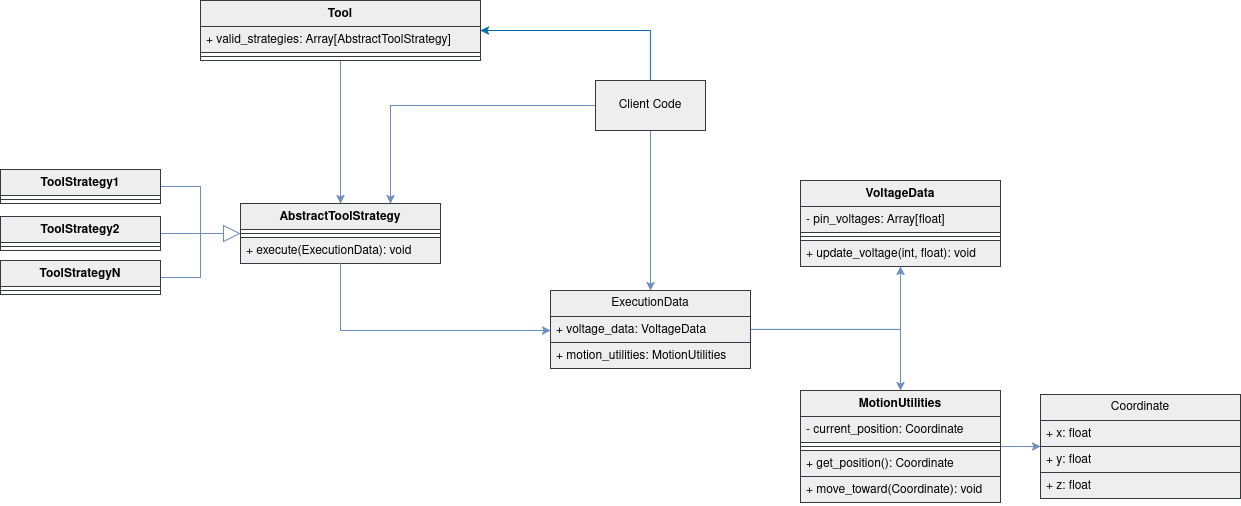
This is diagrams/RE-RASSOR Arm Class Diagram.png from catstar27/nasa-re-rassor-multitool-arm-attachment, a draw.io export, as it was before one commit. Source tidied: cells renumbered, new cells last; positions are measured from the earlier drawing's top-left corner, leaving out a move shared by most shapes.
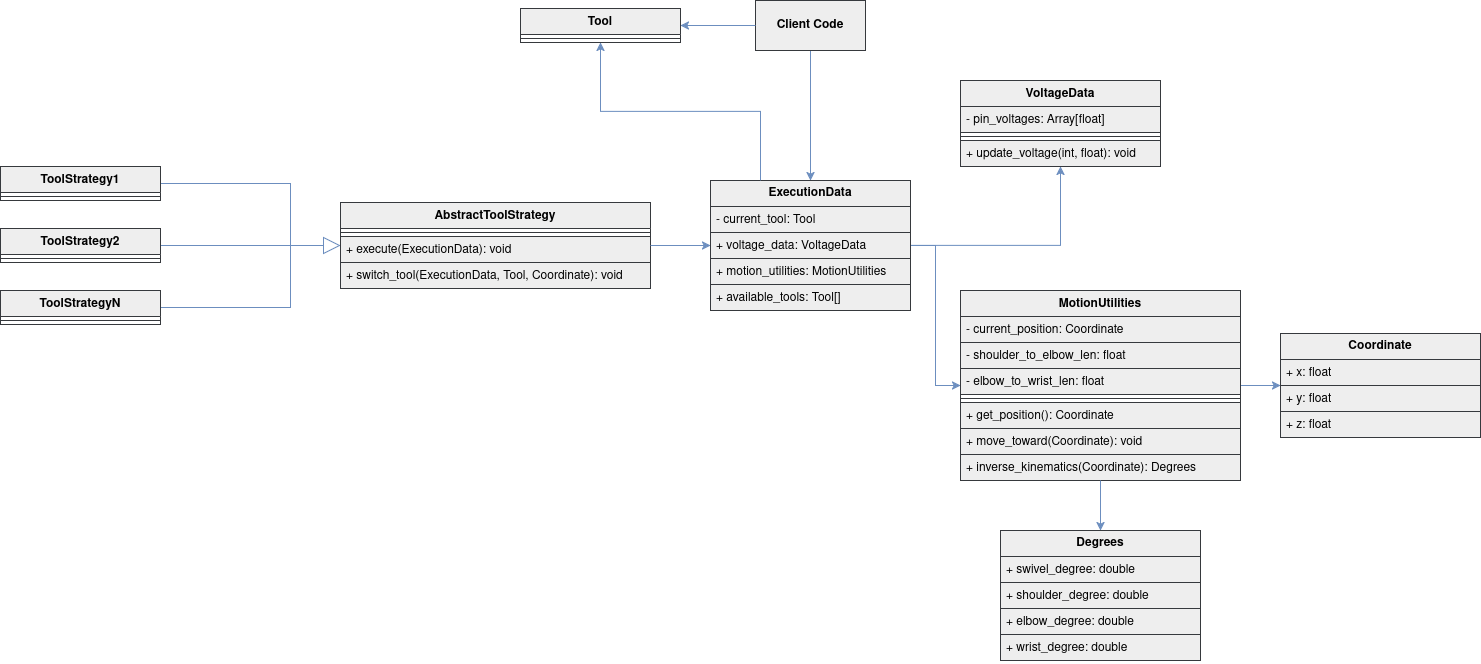
After the commit.

Commit message:
Updated Class Diagrams

Diff of the diagram source:
```diff
@@ -6,20 +6,29 @@
       <mxGeometry relative="1" as="geometry" />
     </mxCell>
     <mxCell id="3" value="MotionUtilities" style="swimlane;fontStyle=1;align=center;verticalAlign=top;horizontal=1;startSize=26;whiteSpace=wrap;html=1;fillColor=#eeeeee;strokeColor=#36393d;" parent="1" vertex="1">
-      <mxGeometry x="800" y="390" width="200" height="112" as="geometry" />
+      <mxGeometry x="800" y="390" width="280" height="190" as="geometry" />
     </mxCell>
     <mxCell id="4" value="- current_position: Coordinate" style="text;align=left;verticalAlign=top;spacingLeft=4;spacingRight=4;overflow=hidden;whiteSpace=wrap;html=1;fillColor=#eeeeee;strokeColor=#36393d;" parent="3" vertex="1">
-      <mxGeometry y="26" width="200" height="26" as="geometry" />
+      <mxGeometry y="26" width="280" height="26" as="geometry" />
     </mxCell>
+    <mxCell id="42" value="- shoulder_to_elbow_len: float" style="text;align=left;verticalAlign=top;spacingLeft=4;spacingRight=4;overflow=hidden;whiteSpace=wrap;html=1;fillColor=#eeeeee;strokeColor=#36393d;" parent="3" vertex="1">
+      <mxGeometry y="52" width="280" height="26" as="geometry" />
+    </mxCell>
+    <mxCell id="43" value="- elbow_to_wrist_len: float" style="text;align=left;verticalAlign=top;spacingLeft=4;spacingRight=4;overflow=hidden;whiteSpace=wrap;html=1;fillColor=#eeeeee;strokeColor=#36393d;" parent="3" vertex="1">
+      <mxGeometry y="78" width="280" height="26" as="geometry" />
+    </mxCell>
     <mxCell id="5" style="line;strokeWidth=1;align=left;verticalAlign=middle;spacingTop=-1;spacingLeft=3;spacingRight=3;labelPosition=right;fillColor=#eeeeee;strokeColor=#36393d;" parent="3" vertex="1">
-      <mxGeometry y="52" width="200" height="8" as="geometry" />
+      <mxGeometry y="104" width="280" height="8" as="geometry" />
     </mxCell>
     <mxCell id="6" value="+ get_position(): Coordinate" style="text;align=left;verticalAlign=top;spacingLeft=4;spacingRight=4;overflow=hidden;whiteSpace=wrap;html=1;fillColor=#eeeeee;strokeColor=#36393d;" parent="3" vertex="1">
-      <mxGeometry y="60" width="200" height="26" as="geometry" />
+      <mxGeometry y="112" width="280" height="26" as="geometry" />
     </mxCell>
     <mxCell id="7" value="+ move_toward(Coordinate): void" style="text;align=left;verticalAlign=top;spacingLeft=4;spacingRight=4;overflow=hidden;whiteSpace=wrap;html=1;fillColor=#eeeeee;strokeColor=#36393d;" parent="3" vertex="1">
-      <mxGeometry y="86" width="200" height="26" as="geometry" />
+      <mxGeometry y="138" width="280" height="26" as="geometry" />
     </mxCell>
+    <mxCell id="44" value="+ inverse_kinematics(Coordinate): Degrees" style="text;align=left;verticalAlign=top;spacingLeft=4;spacingRight=4;overflow=hidden;whiteSpace=wrap;html=1;fillColor=#eeeeee;strokeColor=#36393d;" parent="3" vertex="1">
+      <mxGeometry y="164" width="280" height="26" as="geometry" />
+    </mxCell>
     <mxCell id="8" value="VoltageData" style="swimlane;fontStyle=1;align=center;verticalAlign=top;horizontal=1;startSize=26;whiteSpace=wrap;html=1;fillColor=#eeeeee;strokeColor=#36393d;" parent="1" vertex="1">
       <mxGeometry x="800" y="180" width="200" height="86" as="geometry" />
     </mxCell>
@@ -32,8 +41,8 @@
     <mxCell id="11" value="+ update_voltage(int, float): void" style="text;align=left;verticalAlign=top;spacingLeft=4;spacingRight=4;overflow=hidden;whiteSpace=wrap;html=1;fillColor=#eeeeee;strokeColor=#36393d;" parent="8" vertex="1">
       <mxGeometry y="60" width="200" height="26" as="geometry" />
     </mxCell>
-    <mxCell id="12" value="Coordinate" style="swimlane;fontStyle=0;horizontal=1;startSize=26;whiteSpace=wrap;html=1;fillColor=#eeeeee;strokeColor=#36393d;" parent="1" vertex="1">
-      <mxGeometry x="1040" y="394" width="200" height="104" as="geometry" />
+    <mxCell id="12" value="&lt;b&gt;Coordinate&lt;/b&gt;" style="swimlane;fontStyle=0;horizontal=1;startSize=26;whiteSpace=wrap;html=1;fillColor=#eeeeee;strokeColor=#36393d;" parent="1" vertex="1">
+      <mxGeometry x="1120" y="433" width="200" height="104" as="geometry" />
     </mxCell>
     <mxCell id="13" value="+ x: float" style="text;align=left;verticalAlign=top;spacingLeft=4;spacingRight=4;overflow=hidden;whiteSpace=wrap;html=1;fillColor=#eeeeee;strokeColor=#36393d;" parent="12" vertex="1">
       <mxGeometry y="26" width="200" height="26" as="geometry" />
@@ -45,36 +54,49 @@
       <mxGeometry y="78" width="200" height="26" as="geometry" />
     </mxCell>
     <mxCell id="16" value="AbstractToolStrategy" style="swimlane;fontStyle=1;align=center;verticalAlign=top;horizontal=1;startSize=26;whiteSpace=wrap;html=1;fillColor=#eeeeee;strokeColor=#36393d;" parent="1" vertex="1">
-      <mxGeometry x="240" y="203" width="200" height="60" as="geometry" />
+      <mxGeometry x="180" y="302" width="310" height="86" as="geometry" />
     </mxCell>
     <mxCell id="17" style="line;strokeWidth=1;align=left;verticalAlign=middle;spacingTop=-1;spacingLeft=3;spacingRight=3;labelPosition=right;fillColor=#eeeeee;strokeColor=#36393d;" parent="16" vertex="1">
-      <mxGeometry y="26" width="200" height="8" as="geometry" />
+      <mxGeometry y="26" width="310" height="8" as="geometry" />
     </mxCell>
     <mxCell id="18" value="+ execute(ExecutionData): void" style="text;align=left;verticalAlign=top;spacingLeft=4;spacingRight=4;overflow=hidden;points=[[0,0.5],[1,0.5]];portConstraint=eastwest;whiteSpace=wrap;html=1;fillColor=#eeeeee;strokeColor=#36393d;" parent="16" vertex="1">
-      <mxGeometry y="34" width="200" height="26" as="geometry" />
+      <mxGeometry y="34" width="310" height="26" as="geometry" />
     </mxCell>
+    <mxCell id="45" value="+ switch_tool(ExecutionData, Tool, Coordinate): void" style="text;align=left;verticalAlign=top;spacingLeft=4;spacingRight=4;overflow=hidden;whiteSpace=wrap;html=1;fillColor=#eeeeee;strokeColor=#36393d;" parent="16" vertex="1">
+      <mxGeometry y="60" width="310" height="26" as="geometry" />
+    </mxCell>
     <mxCell id="19" style="edgeStyle=orthogonalEdgeStyle;rounded=0;jettySize=auto;html=1;fillColor=#dae8fc;strokeColor=#6c8ebf;gradientColor=#7ea6e0;" parent="1" edge="1" source="21" target="8">
       <mxGeometry relative="1" as="geometry" />
     </mxCell>
     <mxCell id="20" style="edgeStyle=orthogonalEdgeStyle;rounded=0;jettySize=auto;html=1;fillColor=#dae8fc;strokeColor=#6c8ebf;gradientColor=#7ea6e0;" parent="1" edge="1" source="21" target="3">
       <mxGeometry relative="1" as="geometry" />
     </mxCell>
-    <mxCell id="21" value="ExecutionData" style="swimlane;fontStyle=0;horizontal=1;startSize=26;whiteSpace=wrap;html=1;fillColor=#eeeeee;strokeColor=#36393d;" parent="1" vertex="1">
-      <mxGeometry x="550" y="290" width="200" height="78" as="geometry" />
+    <mxCell id="21" value="&lt;b&gt;ExecutionData&lt;/b&gt;" style="swimlane;fontStyle=0;horizontal=1;startSize=26;whiteSpace=wrap;html=1;fillColor=#eeeeee;strokeColor=#36393d;" parent="1" vertex="1">
+      <mxGeometry x="550" y="280" width="200" height="130" as="geometry" />
     </mxCell>
+    <mxCell id="46" value="- current_tool: Tool" style="text;align=left;verticalAlign=top;spacingLeft=4;spacingRight=4;overflow=hidden;whiteSpace=wrap;html=1;fillColor=#eeeeee;strokeColor=#36393d;" parent="21" vertex="1">
+      <mxGeometry y="26" width="200" height="26" as="geometry" />
+    </mxCell>
     <mxCell id="22" value="+ voltage_data: VoltageData" style="text;align=left;verticalAlign=top;spacingLeft=4;spacingRight=4;overflow=hidden;whiteSpace=wrap;html=1;fillColor=#eeeeee;strokeColor=#36393d;" parent="21" vertex="1">
-      <mxGeometry y="26" width="200" height="26" as="geometry" />
+      <mxGeometry y="52" width="200" height="26" as="geometry" />
     </mxCell>
     <mxCell id="23" value="+ motion_utilities: MotionUtilities" style="text;align=left;verticalAlign=top;spacingLeft=4;spacingRight=4;overflow=hidden;whiteSpace=wrap;html=1;fillColor=#eeeeee;strokeColor=#36393d;" parent="21" vertex="1">
-      <mxGeometry y="52" width="200" height="26" as="geometry" />
+      <mxGeometry y="78" width="200" height="26" as="geometry" />
     </mxCell>
+    <mxCell id="47" value="+ available_tools: Tool[]" style="text;align=left;verticalAlign=top;spacingLeft=4;spacingRight=4;overflow=hidden;whiteSpace=wrap;html=1;fillColor=#eeeeee;strokeColor=#36393d;" parent="21" vertex="1">
+      <mxGeometry y="104" width="200" height="26" as="geometry" />
+    </mxCell>
     <mxCell id="24" style="edgeStyle=orthogonalEdgeStyle;rounded=0;jettySize=auto;html=1;endArrow=none;endFill=0;fillColor=#dae8fc;strokeColor=#6c8ebf;gradientColor=#7ea6e0;" parent="1" edge="1" source="25">
       <mxGeometry relative="1" as="geometry">
-        <mxPoint x="200" y="240" as="targetPoint" />
+        <mxPoint x="130" y="330" as="targetPoint" />
+        <Array as="points">
+          <mxPoint x="130" y="283" />
+          <mxPoint x="130" y="283" />
+        </Array>
       </mxGeometry>
     </mxCell>
     <mxCell id="25" value="ToolStrategy1" style="swimlane;fontStyle=1;align=center;verticalAlign=top;horizontal=1;startSize=26;whiteSpace=wrap;html=1;fillColor=#eeeeee;strokeColor=#36393d;" parent="1" vertex="1">
-      <mxGeometry y="169" width="160" height="34" as="geometry" />
+      <mxGeometry x="-160" y="266" width="160" height="34" as="geometry" />
     </mxCell>
     <mxCell id="26" style="line;strokeWidth=1;align=left;verticalAlign=middle;spacingTop=-1;spacingLeft=3;spacingRight=3;labelPosition=right;fillColor=#eeeeee;strokeColor=#36393d;" parent="25" vertex="1">
       <mxGeometry y="26" width="160" height="8" as="geometry" />
@@ -83,56 +105,60 @@
       <mxGeometry relative="1" as="geometry" />
     </mxCell>
     <mxCell id="28" value="ToolStrategy2" style="swimlane;fontStyle=1;align=center;verticalAlign=top;horizontal=1;startSize=26;whiteSpace=wrap;html=1;fillColor=#eeeeee;strokeColor=#36393d;" parent="1" vertex="1">
-      <mxGeometry y="216" width="160" height="34" as="geometry" />
+      <mxGeometry x="-160" y="328" width="160" height="34" as="geometry" />
     </mxCell>
     <mxCell id="29" style="line;strokeWidth=1;align=left;verticalAlign=middle;spacingTop=-1;spacingLeft=3;spacingRight=3;labelPosition=right;fillColor=#eeeeee;strokeColor=#36393d;" parent="28" vertex="1">
       <mxGeometry y="26" width="160" height="8" as="geometry" />
     </mxCell>
     <mxCell id="30" style="edgeStyle=orthogonalEdgeStyle;rounded=0;jettySize=auto;html=1;endArrow=none;endFill=0;fillColor=#dae8fc;strokeColor=#6c8ebf;gradientColor=#7ea6e0;" parent="1" edge="1" source="31">
       <mxGeometry relative="1" as="geometry">
-        <mxPoint x="200" y="230" as="targetPoint" />
+        <mxPoint x="130" y="290" as="targetPoint" />
       </mxGeometry>
     </mxCell>
     <mxCell id="31" value="ToolStrategyN" style="swimlane;fontStyle=1;align=center;verticalAlign=top;horizontal=1;startSize=26;whiteSpace=wrap;html=1;fillColor=#eeeeee;strokeColor=#36393d;" parent="1" vertex="1">
-      <mxGeometry y="260" width="160" height="34" as="geometry" />
+      <mxGeometry x="-160" y="390" width="160" height="34" as="geometry" />
     </mxCell>
     <mxCell id="32" style="line;strokeWidth=1;align=left;verticalAlign=middle;spacingTop=-1;spacingLeft=3;spacingRight=3;labelPosition=right;fillColor=#eeeeee;strokeColor=#36393d;" parent="31" vertex="1">
       <mxGeometry y="26" width="160" height="8" as="geometry" />
     </mxCell>
-    <mxCell id="33" style="edgeStyle=orthogonalEdgeStyle;rounded=0;jettySize=auto;html=1;fillColor=#dae8fc;strokeColor=#6c8ebf;gradientColor=#7ea6e0;" parent="1" edge="1" source="34" target="16">
-      <mxGeometry relative="1" as="geometry" />
-    </mxCell>
     <mxCell id="34" value="Tool" style="swimlane;fontStyle=1;align=center;verticalAlign=top;horizontal=1;startSize=26;whiteSpace=wrap;html=1;fillColor=#eeeeee;strokeColor=#36393d;" parent="1" vertex="1">
-      <mxGeometry x="200" width="280" height="60" as="geometry" />
+      <mxGeometry x="360" y="108" width="160" height="34" as="geometry" />
     </mxCell>
-    <mxCell id="35" value="+ valid_strategies: Array[AbstractToolStrategy]" style="text;align=left;verticalAlign=top;spacingLeft=4;spacingRight=4;overflow=hidden;whiteSpace=wrap;html=1;fillColor=#eeeeee;strokeColor=#36393d;" parent="34" vertex="1">
-      <mxGeometry y="26" width="280" height="26" as="geometry" />
-    </mxCell>
     <mxCell id="36" style="line;strokeWidth=1;align=left;verticalAlign=middle;spacingTop=-1;spacingLeft=3;spacingRight=3;labelPosition=right;fillColor=#eeeeee;strokeColor=#36393d;" parent="34" vertex="1">
-      <mxGeometry y="52" width="280" height="8" as="geometry" />
+      <mxGeometry y="26" width="160" height="8" as="geometry" />
     </mxCell>
-    <mxCell id="37" style="edgeStyle=orthogonalEdgeStyle;rounded=0;jettySize=auto;html=1;fillColor=#dae8fc;strokeColor=#6c8ebf;gradientColor=#7ea6e0;" parent="1" edge="1" source="18" target="21">
-      <mxGeometry relative="1" as="geometry">
-        <Array as="points">
-          <mxPoint x="340" y="330" />
-        </Array>
-      </mxGeometry>
-    </mxCell>
     <mxCell id="38" style="edgeStyle=orthogonalEdgeStyle;rounded=0;jettySize=auto;html=1;fillColor=#dae8fc;strokeColor=#6c8ebf;gradientColor=#7ea6e0;" parent="1" edge="1" source="41" target="21">
       <mxGeometry relative="1" as="geometry" />
     </mxCell>
-    <mxCell id="39" style="edgeStyle=orthogonalEdgeStyle;rounded=0;jettySize=auto;html=1;fillColor=#dae8fc;strokeColor=#6c8ebf;gradientColor=#7ea6e0;" parent="1" edge="1" source="41" target="16">
-      <mxGeometry relative="1" as="geometry">
-        <Array as="points">
-          <mxPoint x="390" y="105" />
-        </Array>
-      </mxGeometry>
-    </mxCell>
+    <mxCell id="41" value="&lt;b&gt;Client Code&lt;/b&gt;" style="html=1;whiteSpace=wrap;fillColor=#eeeeee;strokeColor=#36393d;" parent="1" vertex="1">
+      <mxGeometry x="595" y="100" width="110" height="50" as="geometry" />
+    </mxCell>
+    <mxCell id="48" value="&lt;div&gt;&lt;b&gt;Degrees&lt;/b&gt;&lt;/div&gt;" style="swimlane;fontStyle=0;horizontal=1;startSize=26;whiteSpace=wrap;html=1;fillColor=#eeeeee;strokeColor=#36393d;" parent="1" vertex="1">
+      <mxGeometry x="840" y="630" width="200" height="130" as="geometry" />
+    </mxCell>
+    <mxCell id="49" value="+ swivel_degree: double" style="text;align=left;verticalAlign=top;spacingLeft=4;spacingRight=4;overflow=hidden;whiteSpace=wrap;html=1;fillColor=#eeeeee;strokeColor=#36393d;" parent="48" vertex="1">
+      <mxGeometry y="26" width="200" height="26" as="geometry" />
+    </mxCell>
+    <mxCell id="50" value="+ shoulder_degree: double" style="text;align=left;verticalAlign=top;spacingLeft=4;spacingRight=4;overflow=hidden;whiteSpace=wrap;html=1;fillColor=#eeeeee;strokeColor=#36393d;" parent="48" vertex="1">
+      <mxGeometry y="52" width="200" height="26" as="geometry" />
+    </mxCell>
+    <mxCell id="51" value="+ elbow_degree: double" style="text;align=left;verticalAlign=top;spacingLeft=4;spacingRight=4;overflow=hidden;whiteSpace=wrap;html=1;fillColor=#eeeeee;strokeColor=#36393d;" parent="48" vertex="1">
+      <mxGeometry y="78" width="200" height="26" as="geometry" />
+    </mxCell>
+    <mxCell id="52" value="+ wrist_degree: double" style="text;align=left;verticalAlign=top;spacingLeft=4;spacingRight=4;overflow=hidden;whiteSpace=wrap;html=1;fillColor=#eeeeee;strokeColor=#36393d;" parent="48" vertex="1">
+      <mxGeometry y="104" width="200" height="26" as="geometry" />
+    </mxCell>
+    <mxCell id="53" style="edgeStyle=orthogonalEdgeStyle;rounded=0;jettySize=auto;html=1;fillColor=#dae8fc;strokeColor=#6c8ebf;gradientColor=#7ea6e0;exitX=0.25;exitY=0;exitDx=0;exitDy=0;" parent="1" edge="1" source="21" target="34">
+      <mxGeometry relative="1" as="geometry" />
+    </mxCell>
+    <mxCell id="54" style="edgeStyle=orthogonalEdgeStyle;rounded=0;jettySize=auto;html=1;fillColor=#dae8fc;strokeColor=#6c8ebf;gradientColor=#7ea6e0;" parent="1" edge="1" source="16" target="21">
+      <mxGeometry relative="1" as="geometry" />
+    </mxCell>
-    <mxCell id="40" style="edgeStyle=orthogonalEdgeStyle;rounded=0;jettySize=auto;html=1;exitX=0.5;exitY=0;exitDx=0;exitDy=0;entryX=1;entryY=0.5;entryDx=0;entryDy=0;fillColor=#1ba1e2;strokeColor=light-dark(#006EAF,#5C79A3);" parent="1" edge="1" source="41" target="34">
+    <mxCell id="40" style="edgeStyle=orthogonalEdgeStyle;rounded=0;jettySize=auto;html=1;fillColor=#dae8fc;strokeColor=#6c8ebf;gradientColor=#7ea6e0;" parent="1" edge="1" source="41" target="34">
       <mxGeometry relative="1" as="geometry" />
     </mxCell>
-    <mxCell id="41" value="Client Code" style="html=1;whiteSpace=wrap;fillColor=#eeeeee;strokeColor=#36393d;" parent="1" vertex="1">
-      <mxGeometry x="595" y="80" width="110" height="50" as="geometry" />
-    </mxCell>
+    <mxCell id="55" style="edgeStyle=orthogonalEdgeStyle;rounded=0;jettySize=auto;html=1;fillColor=#dae8fc;strokeColor=#6c8ebf;gradientColor=#7ea6e0;" parent="1" edge="1" source="3" target="48">
+      <mxGeometry relative="1" as="geometry" />
+    </mxCell>
   </root>
 </mxGraphModel>
```
